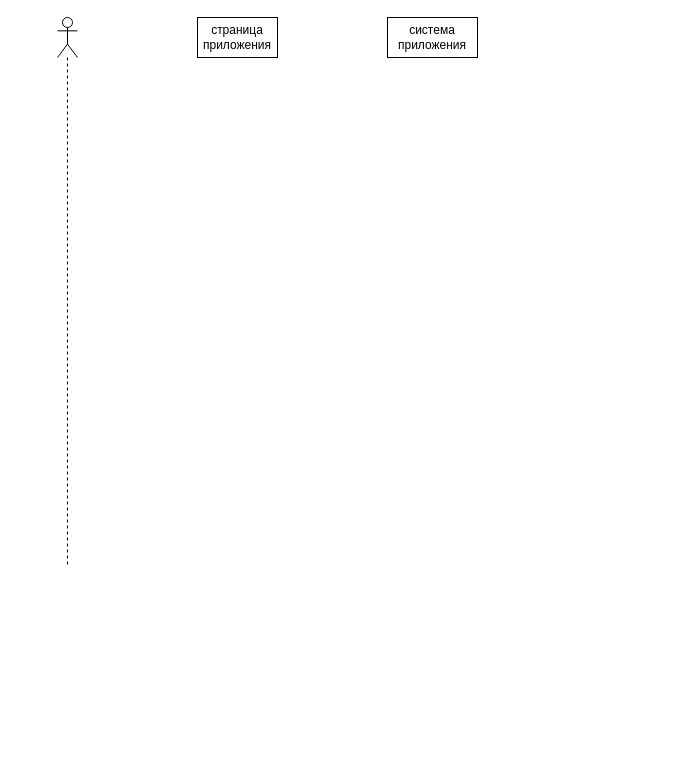
The draw.io diagram Диаграмма без названия.drawio in Lastochcka/-------, before the edit. Source tidied: cells renumbered, new cells numbered last; positions are measured from the earlier drawing's top-left corner, leaving out a move shared by most shapes. Both pictures are drawn from the tidied source at 100%, with x=0, y=0 at pixel (57, 17).
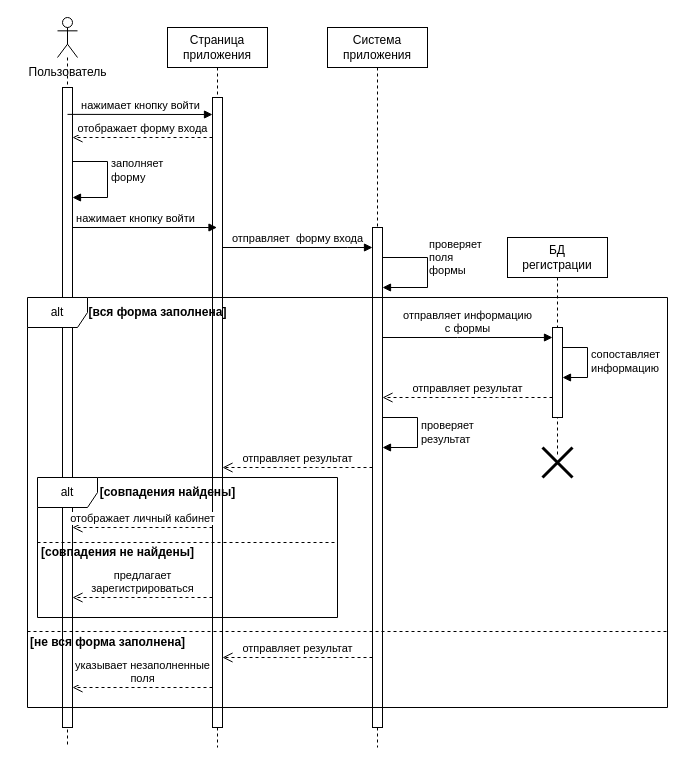
The same diagram, later.

Commit message:
диаграмма входа

Change to the diagram source:
```diff
@@
     <mxCell id="2" style="shape=umlLifeline;perimeter=lifelinePerimeter;whiteSpace=wrap;html=1;outlineConnect=0;portConstraint=eastwest;newEdgeStyle={&quot;edgeStyle&quot;:&quot;elbowEdgeStyle&quot;,&quot;elbow&quot;:&quot;vertical&quot;,&quot;curved&quot;:0,&quot;rounded&quot;:0};participant=umlActor;" parent="1" vertex="1">
-      <mxGeometry width="20" height="550" as="geometry" />
+      <mxGeometry width="20" height="730" as="geometry" />
     </mxCell>
-    <mxCell id="3" value="страница&lt;br&gt;приложения" style="html=1;whiteSpace=wrap;" parent="1" vertex="1">
-      <mxGeometry x="140" width="80" height="40" as="geometry" />
-    </mxCell>
-    <mxCell id="4" value="система приложения" style="html=1;whiteSpace=wrap;" parent="1" vertex="1">
-      <mxGeometry x="330" width="90" height="40" as="geometry" />
-    </mxCell>
+    <mxCell id="5" style="html=1;points=[];perimeter=orthogonalPerimeter;outlineConnect=0;targetShapes=umlLifeline;portConstraint=eastwest;newEdgeStyle={&quot;edgeStyle&quot;:&quot;elbowEdgeStyle&quot;,&quot;elbow&quot;:&quot;vertical&quot;,&quot;curved&quot;:0,&quot;rounded&quot;:0};" parent="2" vertex="1">
+      <mxGeometry x="5" y="70" width="10" height="640" as="geometry" />
+    </mxCell>
+    <mxCell id="6" value="заполняет&lt;br&gt;форму" style="html=1;align=left;spacingLeft=2;endArrow=block;rounded=0;edgeStyle=orthogonalEdgeStyle;curved=0;rounded=0;exitX=0.75;exitY=0.222;exitDx=0;exitDy=0;exitPerimeter=0;" parent="2" edge="1" source="2" target="5">
+      <mxGeometry relative="1" as="geometry">
+        <Array as="points">
+          <mxPoint x="50" y="144" />
+          <mxPoint x="50" y="180" />
+        </Array>
+      </mxGeometry>
+    </mxCell>
+    <mxCell id="7" value="Пользователь" style="text;html=1;align=center;verticalAlign=middle;strokeColor=none;fillColor=none;" parent="1" vertex="1">
+      <mxGeometry x="-40" y="40" width="100" height="30" as="geometry" />
+    </mxCell>
+    <mxCell id="8" value="Страница приложения" style="shape=umlLifeline;perimeter=lifelinePerimeter;whiteSpace=wrap;html=1;outlineConnect=0;portConstraint=eastwest;newEdgeStyle={&quot;edgeStyle&quot;:&quot;elbowEdgeStyle&quot;,&quot;elbow&quot;:&quot;vertical&quot;,&quot;curved&quot;:0,&quot;rounded&quot;:0};" parent="1" vertex="1">
+      <mxGeometry x="110" y="10" width="100" height="720" as="geometry" />
+    </mxCell>
+    <mxCell id="9" style="html=1;points=[];perimeter=orthogonalPerimeter;outlineConnect=0;targetShapes=umlLifeline;portConstraint=eastwest;newEdgeStyle={&quot;edgeStyle&quot;:&quot;elbowEdgeStyle&quot;,&quot;elbow&quot;:&quot;vertical&quot;,&quot;curved&quot;:0,&quot;rounded&quot;:0};" parent="8" vertex="1">
+      <mxGeometry x="45" y="70" width="10" height="630" as="geometry" />
+    </mxCell>
+    <mxCell id="10" value="Система приложения" style="shape=umlLifeline;perimeter=lifelinePerimeter;whiteSpace=wrap;html=1;outlineConnect=0;portConstraint=eastwest;newEdgeStyle={&quot;edgeStyle&quot;:&quot;elbowEdgeStyle&quot;,&quot;elbow&quot;:&quot;vertical&quot;,&quot;curved&quot;:0,&quot;rounded&quot;:0};" parent="1" vertex="1">
+      <mxGeometry x="270" y="10" width="100" height="720" as="geometry" />
+    </mxCell>
+    <mxCell id="11" style="html=1;points=[];perimeter=orthogonalPerimeter;outlineConnect=0;targetShapes=umlLifeline;portConstraint=eastwest;newEdgeStyle={&quot;edgeStyle&quot;:&quot;elbowEdgeStyle&quot;,&quot;elbow&quot;:&quot;vertical&quot;,&quot;curved&quot;:0,&quot;rounded&quot;:0};" parent="10" vertex="1">
+      <mxGeometry x="45" y="200" width="10" height="500" as="geometry" />
+    </mxCell>
+    <mxCell id="12" value="проверяет&lt;br&gt;поля&lt;br&gt;формы" style="html=1;align=left;spacingLeft=2;endArrow=block;rounded=0;edgeStyle=orthogonalEdgeStyle;curved=0;rounded=0;exitX=0.55;exitY=0.366;exitDx=0;exitDy=0;exitPerimeter=0;" parent="10" edge="1" source="10" target="11">
+      <mxGeometry relative="1" as="geometry">
+        <Array as="points">
+          <mxPoint x="55" y="230" />
+          <mxPoint x="100" y="230" />
+          <mxPoint x="100" y="260" />
+        </Array>
+      </mxGeometry>
+    </mxCell>
+    <mxCell id="13" value="проверяет&amp;nbsp;&lt;br&gt;результат" style="html=1;align=left;spacingLeft=2;endArrow=block;rounded=0;edgeStyle=orthogonalEdgeStyle;curved=0;rounded=0;" parent="10" edge="1" source="11" target="11">
+      <mxGeometry relative="1" as="geometry">
+        <Array as="points">
+          <mxPoint x="90" y="390" />
+          <mxPoint x="90" y="420" />
+        </Array>
+      </mxGeometry>
+    </mxCell>
+    <mxCell id="14" value="отправляет&amp;nbsp; форму входа" style="html=1;verticalAlign=bottom;endArrow=block;edgeStyle=elbowEdgeStyle;elbow=vertical;curved=0;rounded=0;" parent="1" edge="1" source="9" target="11">
+      <mxGeometry relative="1" as="geometry">
+        <Array as="points">
+          <mxPoint x="290" y="230" />
+        </Array>
+      </mxGeometry>
+    </mxCell>
+    <mxCell id="15" value="нажимает кнопку войти" style="html=1;verticalAlign=bottom;endArrow=block;edgeStyle=elbowEdgeStyle;elbow=vertical;curved=0;rounded=0;exitX=0.5;exitY=0.042;exitDx=0;exitDy=0;exitPerimeter=0;" parent="1" edge="1" source="5" target="9">
+      <mxGeometry relative="1" as="geometry" />
+    </mxCell>
+    <mxCell id="16" value="отображает форму входа" style="html=1;verticalAlign=bottom;endArrow=open;dashed=1;endSize=8;edgeStyle=elbowEdgeStyle;elbow=vertical;curved=0;rounded=0;" parent="1" edge="1" source="9" target="5">
+      <mxGeometry relative="1" as="geometry">
+        <Array as="points">
+          <mxPoint x="90" y="120" />
+        </Array>
+      </mxGeometry>
+    </mxCell>
+    <mxCell id="17" value="нажимает кнопку войти" style="html=1;verticalAlign=bottom;endArrow=block;edgeStyle=elbowEdgeStyle;elbow=vertical;curved=0;rounded=0;exitX=0.75;exitY=0.314;exitDx=0;exitDy=0;exitPerimeter=0;" parent="1" edge="1" source="2" target="8">
+      <mxGeometry relative="1" as="geometry">
+        <Array as="points">
+          <mxPoint x="110" y="210" />
+        </Array>
+      </mxGeometry>
+    </mxCell>
+    <mxCell id="18" value="alt" style="shape=umlFrame;whiteSpace=wrap;html=1;" parent="1" vertex="1">
+      <mxGeometry x="-30" y="280" width="640" height="410" as="geometry" />
+    </mxCell>
+    <mxCell id="19" value="БД&lt;br&gt;регистрации" style="shape=umlLifeline;perimeter=lifelinePerimeter;whiteSpace=wrap;html=1;outlineConnect=0;portConstraint=eastwest;newEdgeStyle={&quot;edgeStyle&quot;:&quot;elbowEdgeStyle&quot;,&quot;elbow&quot;:&quot;vertical&quot;,&quot;curved&quot;:0,&quot;rounded&quot;:0};" parent="1" vertex="1">
+      <mxGeometry x="450" y="220" width="100" height="220" as="geometry" />
+    </mxCell>
+    <mxCell id="20" style="html=1;points=[];perimeter=orthogonalPerimeter;outlineConnect=0;targetShapes=umlLifeline;portConstraint=eastwest;newEdgeStyle={&quot;edgeStyle&quot;:&quot;elbowEdgeStyle&quot;,&quot;elbow&quot;:&quot;vertical&quot;,&quot;curved&quot;:0,&quot;rounded&quot;:0};" parent="19" vertex="1">
+      <mxGeometry x="45" y="90" width="10" height="90" as="geometry" />
+    </mxCell>
+    <mxCell id="21" value="сопоставляет&lt;br&gt;информацию" style="html=1;align=left;spacingLeft=2;endArrow=block;rounded=0;edgeStyle=orthogonalEdgeStyle;curved=0;rounded=0;exitX=0.55;exitY=0.444;exitDx=0;exitDy=0;exitPerimeter=0;" parent="19" edge="1" source="19" target="20">
+      <mxGeometry x="0.1" relative="1" as="geometry">
+        <Array as="points">
+          <mxPoint x="55" y="110" />
+          <mxPoint x="80" y="110" />
+          <mxPoint x="80" y="140" />
+        </Array>
+      </mxGeometry>
+    </mxCell>
+    <mxCell id="22" style="shape=umlDestroy;whiteSpace=wrap;html=1;strokeWidth=3;targetShapes=umlLifeline;" parent="19" vertex="1">
+      <mxGeometry x="35" y="210" width="30" height="30" as="geometry" />
+    </mxCell>
+    <mxCell id="23" value="отправляет информацию&lt;br&gt;с формы" style="html=1;verticalAlign=bottom;endArrow=block;edgeStyle=elbowEdgeStyle;elbow=vertical;curved=0;rounded=0;" parent="1" edge="1" source="11" target="20">
+      <mxGeometry relative="1" as="geometry">
+        <Array as="points">
+          <mxPoint x="400" y="320" />
+        </Array>
+      </mxGeometry>
+    </mxCell>
+    <mxCell id="24" value="отправляет результат" style="html=1;verticalAlign=bottom;endArrow=open;dashed=1;endSize=8;edgeStyle=elbowEdgeStyle;elbow=vertical;curved=0;rounded=0;" parent="1" edge="1" source="20" target="11">
+      <mxGeometry relative="1" as="geometry">
+        <Array as="points">
+          <mxPoint x="440" y="380" />
+        </Array>
+      </mxGeometry>
+    </mxCell>
+    <mxCell id="25" value="&lt;b&gt;[вся форма заполнена]&lt;/b&gt;" style="text;html=1;align=center;verticalAlign=middle;strokeColor=none;fillColor=none;" parent="1" vertex="1">
+      <mxGeometry x="20" y="280" width="160" height="30" as="geometry" />
+    </mxCell>
+    <mxCell id="26" value="отправляет результат" style="html=1;verticalAlign=bottom;endArrow=open;dashed=1;endSize=8;edgeStyle=elbowEdgeStyle;elbow=vertical;curved=0;rounded=0;" parent="1" edge="1" source="11" target="9">
+      <mxGeometry relative="1" as="geometry">
+        <Array as="points">
+          <mxPoint x="260" y="450" />
+        </Array>
+      </mxGeometry>
+    </mxCell>
+    <mxCell id="27" value="alt" style="shape=umlFrame;whiteSpace=wrap;html=1;" parent="1" vertex="1">
+      <mxGeometry x="-20" y="460" width="300" height="140" as="geometry" />
+    </mxCell>
+    <mxCell id="28" value="&lt;b&gt;[совпадения найдены]&lt;/b&gt;" style="text;html=1;align=center;verticalAlign=middle;strokeColor=none;fillColor=none;" parent="1" vertex="1">
+      <mxGeometry x="30" y="460" width="160" height="30" as="geometry" />
+    </mxCell>
+    <mxCell id="29" value="отображает личный кабинет" style="html=1;verticalAlign=bottom;endArrow=open;dashed=1;endSize=8;edgeStyle=elbowEdgeStyle;elbow=vertical;curved=0;rounded=0;" parent="1" edge="1" source="9" target="5">
+      <mxGeometry relative="1" as="geometry">
+        <Array as="points">
+          <mxPoint x="90" y="510" />
+        </Array>
+      </mxGeometry>
+    </mxCell>
+    <mxCell id="30" style="line;strokeWidth=1;fillColor=none;align=left;verticalAlign=middle;spacingTop=-1;spacingLeft=3;spacingRight=3;labelPosition=right;strokeColor=inherit;dashed=1;" parent="1" vertex="1">
+      <mxGeometry x="-20" y="520" width="300" height="10" as="geometry" />
+    </mxCell>
+    <mxCell id="31" value="&lt;b&gt;[совпадения не найдены]&lt;/b&gt;" style="text;html=1;align=center;verticalAlign=middle;strokeColor=none;fillColor=none;" parent="1" vertex="1">
+      <mxGeometry x="-30" y="520" width="180" height="30" as="geometry" />
+    </mxCell>
+    <mxCell id="32" value="предлагает&lt;br&gt;зарегистрироваться" style="html=1;verticalAlign=bottom;endArrow=open;dashed=1;endSize=8;edgeStyle=elbowEdgeStyle;elbow=vertical;curved=0;rounded=0;" parent="1" edge="1" source="9" target="5">
+      <mxGeometry relative="1" as="geometry">
+        <Array as="points">
+          <mxPoint x="150" y="580" />
+        </Array>
+      </mxGeometry>
+    </mxCell>
+    <mxCell id="33" style="line;strokeWidth=1;fillColor=none;align=left;verticalAlign=middle;spacingTop=-1;spacingLeft=3;spacingRight=3;labelPosition=right;strokeColor=inherit;dashed=1;" parent="1" vertex="1">
+      <mxGeometry x="-30" y="610" width="640" height="8" as="geometry" />
+    </mxCell>
+    <mxCell id="34" value="&lt;b&gt;[не вся форма заполнена]&lt;/b&gt;" style="text;html=1;align=center;verticalAlign=middle;strokeColor=none;fillColor=none;" parent="1" vertex="1">
+      <mxGeometry x="-40" y="610" width="180" height="30" as="geometry" />
+    </mxCell>
+    <mxCell id="35" value="отправляет результат" style="html=1;verticalAlign=bottom;endArrow=open;dashed=1;endSize=8;edgeStyle=elbowEdgeStyle;elbow=vertical;curved=0;rounded=0;" parent="1" edge="1" source="11" target="9">
+      <mxGeometry relative="1" as="geometry">
+        <Array as="points">
+          <mxPoint x="230" y="640" />
+        </Array>
+      </mxGeometry>
+    </mxCell>
+    <mxCell id="36" value="указывает незаполненные&lt;br&gt;поля" style="html=1;verticalAlign=bottom;endArrow=open;dashed=1;endSize=8;edgeStyle=elbowEdgeStyle;elbow=vertical;curved=0;rounded=0;" parent="1" edge="1" source="9" target="5">
+      <mxGeometry relative="1" as="geometry">
+        <Array as="points">
+          <mxPoint x="110" y="670" />
+          <mxPoint x="130" y="680" />
+          <mxPoint x="80" y="670" />
+        </Array>
+      </mxGeometry>
+    </mxCell>
```
